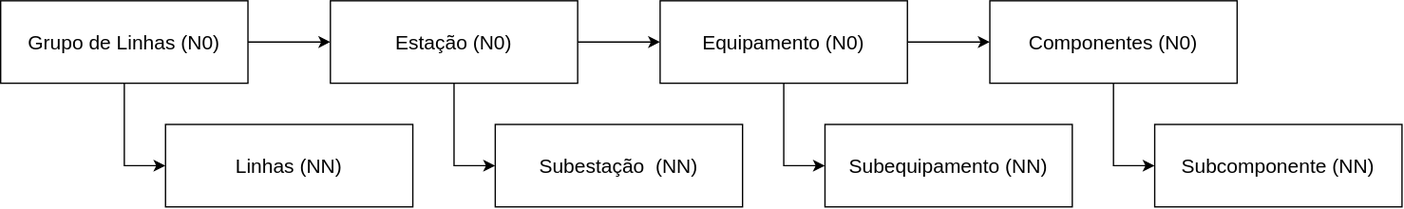
Before: project/docs/source/lines/line32/2020_2021/software/classificacao/class_geral.svg, a diagram exported from draw.io (luismbarroso/luisbarroso-documentacao). Source tidied: cells renumbered, new cells last; positions are measured from the earlier drawing's top-left corner, leaving out a move shared by most shapes.
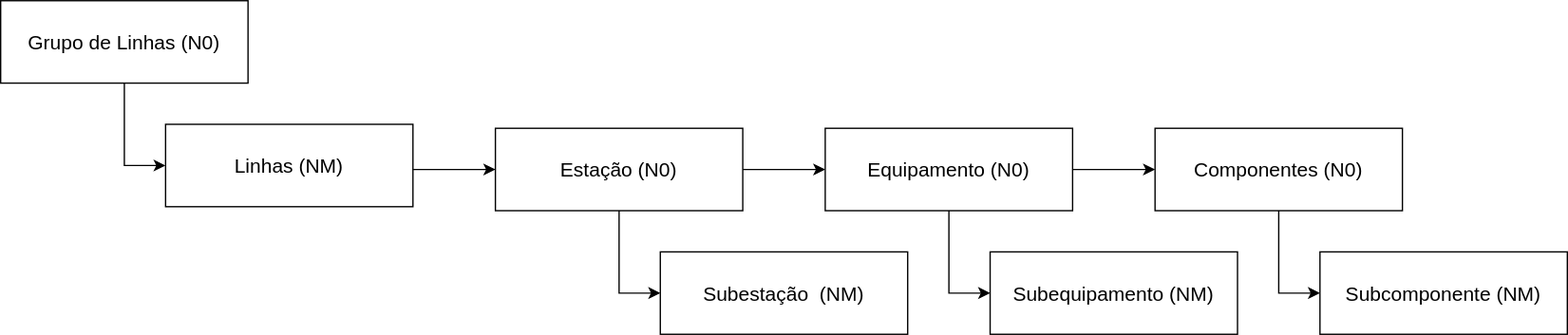
Later version of the same file.

What changed in the source:
```diff
@@ -2,75 +2,81 @@
   <root>
     <mxCell id="0" />
     <mxCell id="1" parent="0" />
-    <mxCell id="2" style="group;" parent="1" vertex="1">
-      <mxGeometry width="1054" height="155" as="geometry" />
-    </mxCell>
-    <mxCell id="3" style="endArrow=none;html=1;fontSize=7;entryX=0.5;entryY=1;entryDx=0;entryDy=0;rounded=0;startArrow=classic;startFill=1;" parent="2" edge="1" target="4">
-      <mxGeometry x="-31" y="-248" as="geometry">
-        <mxPoint x="124" y="124" as="sourcePoint" />
-        <Array as="points">
-          <mxPoint x="93" y="124" />
-        </Array>
-      </mxGeometry>
-    </mxCell>
+    <mxCell id="18" style="group;" parent="1" vertex="1">
+      <mxGeometry width="1178" height="251" as="geometry" />
+    </mxCell>
+    <mxCell id="19" style="endArrow=none;html=1;fontSize=7;entryX=0.5;entryY=1;entryDx=0;entryDy=0;rounded=0;startArrow=classic;startFill=1;" parent="18" edge="1" target="4">
+      <mxGeometry x="-31" y="-248" as="geometry">
+        <mxPoint x="124" y="124" as="sourcePoint" />
+        <Array as="points">
+          <mxPoint x="93" y="124" />
+        </Array>
+      </mxGeometry>
+    </mxCell>
-    <mxCell id="4" value="&lt;font style=&quot;font-size: 15px&quot;&gt;Grupo de Linhas (N0)&lt;/font&gt;" style="rounded=0;whiteSpace=wrap;html=1;" parent="2" vertex="1">
+    <mxCell id="4" value="&lt;font style=&quot;font-size: 15px&quot;&gt;Grupo de Linhas (N0)&lt;/font&gt;" style="rounded=0;whiteSpace=wrap;html=1;" parent="18" vertex="1">
       <mxGeometry width="186" height="62" as="geometry" />
     </mxCell>
-    <mxCell id="5" value="&lt;span style=&quot;text-align: left&quot;&gt;&lt;font style=&quot;font-size: 15px&quot;&gt;Estação (N0)&lt;/font&gt;&lt;/span&gt;" style="rounded=0;whiteSpace=wrap;html=1;" parent="2" vertex="1">
-      <mxGeometry x="248" width="186" height="62" as="geometry" />
-    </mxCell>
-    <mxCell id="6" style="edgeStyle=orthogonalEdgeStyle;rounded=0;jettySize=auto;html=1;entryX=0;entryY=0.5;entryDx=0;entryDy=0;" parent="2" edge="1" source="4" target="5">
-      <mxGeometry relative="1" as="geometry" />
-    </mxCell>
+    <mxCell id="20" value="&lt;div&gt;&lt;span&gt;&lt;font style=&quot;font-size: 15px&quot;&gt;Linhas (NM)&lt;/font&gt;&lt;/span&gt;&lt;/div&gt;" style="rounded=0;whiteSpace=wrap;html=1;align=center;" parent="18" vertex="1">
+      <mxGeometry x="124" y="93" width="186" height="62" as="geometry" />
+    </mxCell>
-    <mxCell id="7" value="&lt;span style=&quot;text-align: left&quot;&gt;&lt;font style=&quot;font-size: 15px&quot;&gt;Equipamento (N0)&lt;/font&gt;&lt;/span&gt;" style="rounded=0;whiteSpace=wrap;html=1;" parent="2" vertex="1">
-      <mxGeometry x="496" width="186" height="62" as="geometry" />
+    <mxCell id="7" value="&lt;span style=&quot;text-align: left&quot;&gt;&lt;font style=&quot;font-size: 15px&quot;&gt;Equipamento (N0)&lt;/font&gt;&lt;/span&gt;" style="rounded=0;whiteSpace=wrap;html=1;" parent="18" vertex="1">
+      <mxGeometry x="620" y="96" width="186" height="62" as="geometry" />
     </mxCell>
-    <mxCell id="8" style="edgeStyle=orthogonalEdgeStyle;rounded=0;jettySize=auto;html=1;entryX=0;entryY=0.5;entryDx=0;entryDy=0;" parent="2" edge="1" source="5" target="7">
+    <mxCell id="8" style="edgeStyle=orthogonalEdgeStyle;rounded=0;jettySize=auto;html=1;entryX=0;entryY=0.5;entryDx=0;entryDy=0;" parent="18" edge="1" source="5" target="7">
       <mxGeometry relative="1" as="geometry" />
     </mxCell>
-    <mxCell id="9" value="&lt;span style=&quot;text-align: left&quot;&gt;&lt;font style=&quot;font-size: 15px&quot;&gt;Componentes (N0)&lt;/font&gt;&lt;/span&gt;" style="rounded=0;whiteSpace=wrap;html=1;" parent="2" vertex="1">
-      <mxGeometry x="744" width="186" height="62" as="geometry" />
+    <mxCell id="9" value="&lt;span style=&quot;text-align: left&quot;&gt;&lt;font style=&quot;font-size: 15px&quot;&gt;Componentes (N0)&lt;/font&gt;&lt;/span&gt;" style="rounded=0;whiteSpace=wrap;html=1;" parent="18" vertex="1">
+      <mxGeometry x="868" y="96" width="186" height="62" as="geometry" />
     </mxCell>
-    <mxCell id="10" style="edgeStyle=orthogonalEdgeStyle;rounded=0;jettySize=auto;html=1;" parent="2" edge="1" source="7" target="9">
+    <mxCell id="10" style="edgeStyle=orthogonalEdgeStyle;rounded=0;jettySize=auto;html=1;" parent="18" edge="1" source="7" target="9">
       <mxGeometry relative="1" as="geometry" />
     </mxCell>
-    <mxCell id="11" style="endArrow=none;html=1;fontSize=7;entryX=0.5;entryY=1;entryDx=0;entryDy=0;rounded=0;startArrow=classic;startFill=1;" parent="2" edge="1" target="5">
-      <mxGeometry x="-23.2" y="-240.2" as="geometry">
-        <mxPoint x="372" y="124" as="sourcePoint" />
-        <Array as="points">
-          <mxPoint x="341" y="124" />
-        </Array>
-      </mxGeometry>
-    </mxCell>
-    <mxCell id="12" value="&lt;div&gt;&lt;span&gt;&lt;font style=&quot;font-size: 15px&quot;&gt;Linhas (NN)&lt;/font&gt;&lt;/span&gt;&lt;/div&gt;" style="rounded=0;whiteSpace=wrap;html=1;align=center;" parent="2" vertex="1">
-      <mxGeometry x="124" y="93" width="186" height="62" as="geometry" />
-    </mxCell>
-    <mxCell id="13" value="&lt;span style=&quot;text-align: left&quot;&gt;&lt;font style=&quot;font-size: 15px&quot;&gt;Subestação&amp;nbsp;&amp;nbsp;(NN)&lt;/font&gt;&lt;/span&gt;" style="rounded=0;whiteSpace=wrap;html=1;" parent="2" vertex="1">
-      <mxGeometry x="372" y="93" width="186" height="62" as="geometry" />
-    </mxCell>
-    <mxCell id="14" value="&lt;span style=&quot;text-align: left&quot;&gt;&lt;font style=&quot;font-size: 15px&quot;&gt;Subequipamento&amp;nbsp;(NN)&lt;/font&gt;&lt;/span&gt;" style="rounded=0;whiteSpace=wrap;html=1;" parent="2" vertex="1">
-      <mxGeometry x="620" y="93" width="186" height="62" as="geometry" />
-    </mxCell>
-    <mxCell id="15" style="endArrow=none;html=1;fontSize=7;entryX=0.5;entryY=1;entryDx=0;entryDy=0;rounded=0;startArrow=classic;startFill=1;" parent="2" edge="1">
-      <mxGeometry x="224.8" y="-240.2" as="geometry">
-        <mxPoint x="620" y="124" as="sourcePoint" />
-        <mxPoint x="589" y="62" as="targetPoint" />
-        <Array as="points">
-          <mxPoint x="589" y="124" />
-        </Array>
-      </mxGeometry>
-    </mxCell>
-    <mxCell id="16" style="endArrow=none;html=1;fontSize=7;entryX=0.5;entryY=1;entryDx=0;entryDy=0;rounded=0;startArrow=classic;startFill=1;" parent="2" edge="1">
-      <mxGeometry x="472.8" y="-240.2" as="geometry">
-        <mxPoint x="868" y="124" as="sourcePoint" />
-        <mxPoint x="837" y="62" as="targetPoint" />
-        <Array as="points">
-          <mxPoint x="837" y="124" />
-        </Array>
-      </mxGeometry>
-    </mxCell>
-    <mxCell id="17" value="&lt;span style=&quot;text-align: left&quot;&gt;&lt;font style=&quot;font-size: 15px&quot;&gt;Subcomponente&amp;nbsp;(NN)&lt;/font&gt;&lt;/span&gt;" style="rounded=0;whiteSpace=wrap;html=1;" parent="2" vertex="1">
-      <mxGeometry x="868" y="93" width="186" height="62" as="geometry" />
-    </mxCell>
+    <mxCell id="21" style="endArrow=none;html=1;fontSize=7;entryX=0.5;entryY=1;entryDx=0;entryDy=0;rounded=0;startArrow=classic;startFill=1;" parent="18" edge="1" target="5">
+      <mxGeometry x="100.8" y="-144.2" as="geometry">
+        <mxPoint x="496" y="220" as="sourcePoint" />
+        <Array as="points">
+          <mxPoint x="465" y="220" />
+        </Array>
+      </mxGeometry>
+    </mxCell>
+    <mxCell id="22" value="&lt;span style=&quot;text-align: left&quot;&gt;&lt;font style=&quot;font-size: 15px&quot;&gt;Subestação&amp;nbsp;&amp;nbsp;(&lt;/font&gt;&lt;/span&gt;&lt;span style=&quot;font-size: 15px&quot;&gt;NM&lt;/span&gt;&lt;span style=&quot;text-align: left&quot;&gt;&lt;font style=&quot;font-size: 15px&quot;&gt;)&lt;/font&gt;&lt;/span&gt;" style="rounded=0;whiteSpace=wrap;html=1;" parent="18" vertex="1">
+      <mxGeometry x="496" y="189" width="186" height="62" as="geometry" />
+    </mxCell>
+    <mxCell id="23" value="&lt;span style=&quot;text-align: left&quot;&gt;&lt;font style=&quot;font-size: 15px&quot;&gt;Subequipamento&amp;nbsp;(&lt;/font&gt;&lt;/span&gt;&lt;span style=&quot;font-size: 15px&quot;&gt;NM&lt;/span&gt;&lt;span style=&quot;text-align: left&quot;&gt;&lt;font style=&quot;font-size: 15px&quot;&gt;)&lt;/font&gt;&lt;/span&gt;" style="rounded=0;whiteSpace=wrap;html=1;" parent="18" vertex="1">
+      <mxGeometry x="744" y="189" width="186" height="62" as="geometry" />
+    </mxCell>
+    <mxCell id="24" style="endArrow=none;html=1;fontSize=7;entryX=0.5;entryY=1;entryDx=0;entryDy=0;rounded=0;startArrow=classic;startFill=1;" parent="18" edge="1">
+      <mxGeometry x="348.8" y="-144.2" as="geometry">
+        <mxPoint x="744" y="220" as="sourcePoint" />
+        <mxPoint x="713" y="158" as="targetPoint" />
+        <Array as="points">
+          <mxPoint x="713" y="220" />
+        </Array>
+      </mxGeometry>
+    </mxCell>
+    <mxCell id="25" style="endArrow=none;html=1;fontSize=7;entryX=0.5;entryY=1;entryDx=0;entryDy=0;rounded=0;startArrow=classic;startFill=1;" parent="18" edge="1">
+      <mxGeometry x="596.8" y="-144.2" as="geometry">
+        <mxPoint x="992" y="220" as="sourcePoint" />
+        <mxPoint x="961" y="158" as="targetPoint" />
+        <Array as="points">
+          <mxPoint x="961" y="220" />
+        </Array>
+      </mxGeometry>
+    </mxCell>
+    <mxCell id="26" value="&lt;span style=&quot;text-align: left&quot;&gt;&lt;font style=&quot;font-size: 15px&quot;&gt;Subcomponente&amp;nbsp;(&lt;/font&gt;&lt;/span&gt;&lt;span style=&quot;font-size: 15px&quot;&gt;NM&lt;/span&gt;&lt;span style=&quot;text-align: left&quot;&gt;&lt;font style=&quot;font-size: 15px&quot;&gt;)&lt;/font&gt;&lt;/span&gt;" style="rounded=0;whiteSpace=wrap;html=1;" parent="18" vertex="1">
+      <mxGeometry x="992" y="189" width="186" height="62" as="geometry" />
+    </mxCell>
+    <mxCell id="5" value="&lt;span style=&quot;text-align: left&quot;&gt;&lt;font style=&quot;font-size: 15px&quot;&gt;Estação (N0)&lt;/font&gt;&lt;/span&gt;" style="rounded=0;whiteSpace=wrap;html=1;" parent="18" vertex="1">
+      <mxGeometry x="372" y="96" width="186" height="62" as="geometry" />
+    </mxCell>
+    <mxCell id="27" style="edgeStyle=orthogonalEdgeStyle;rounded=0;jettySize=auto;html=1;entryX=0;entryY=0.5;entryDx=0;entryDy=0;" parent="18" edge="1" target="5">
+      <mxGeometry relative="1" as="geometry">
+        <mxPoint x="310" y="127" as="sourcePoint" />
+        <Array as="points">
+          <mxPoint x="340" y="127" />
+          <mxPoint x="340" y="127" />
+        </Array>
+      </mxGeometry>
+    </mxCell>
   </root>
 </mxGraphModel>
```
